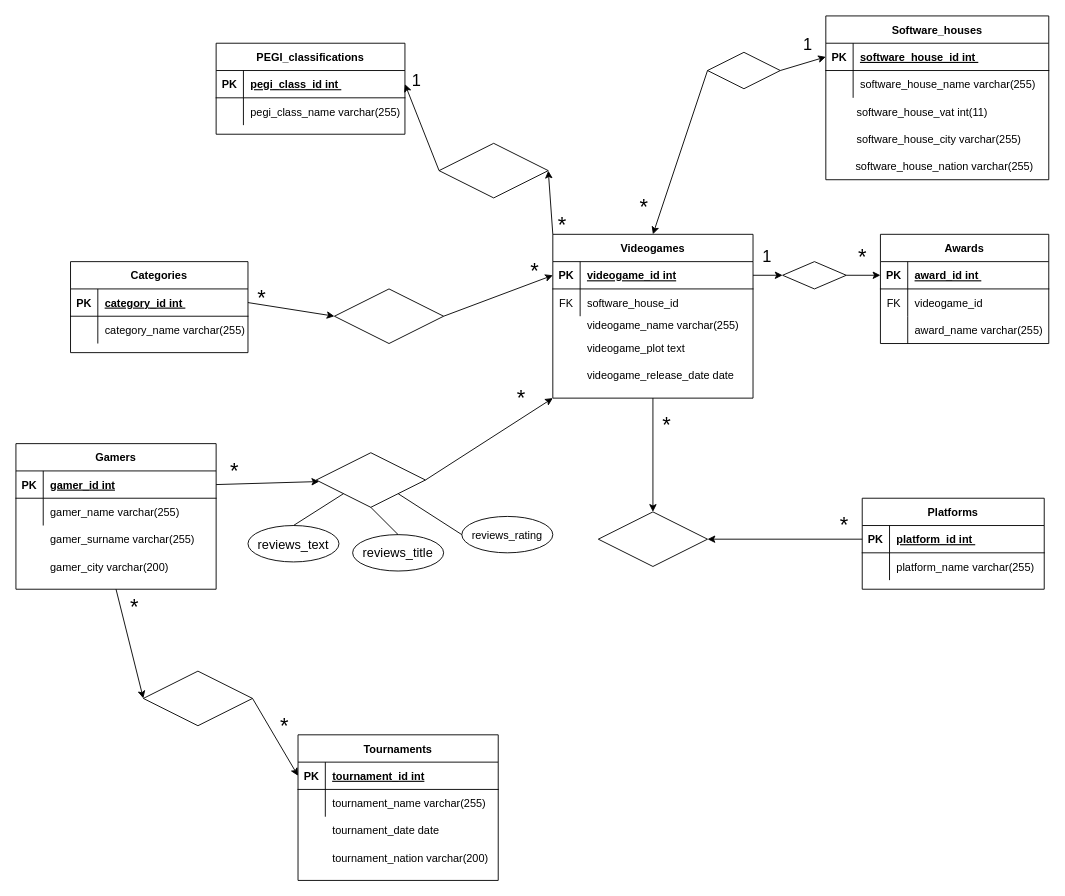
Above: videogames-db.drawio in Cix8/db-videogames (draw.io), before the change. Source tidied: cells renumbered, new cells numbered last; positions are measured from the earlier drawing's top-left corner, leaving out a move shared by most shapes. Both pictures are drawn from the tidied source at 91%, with x=0, y=0 at pixel (15, 15).
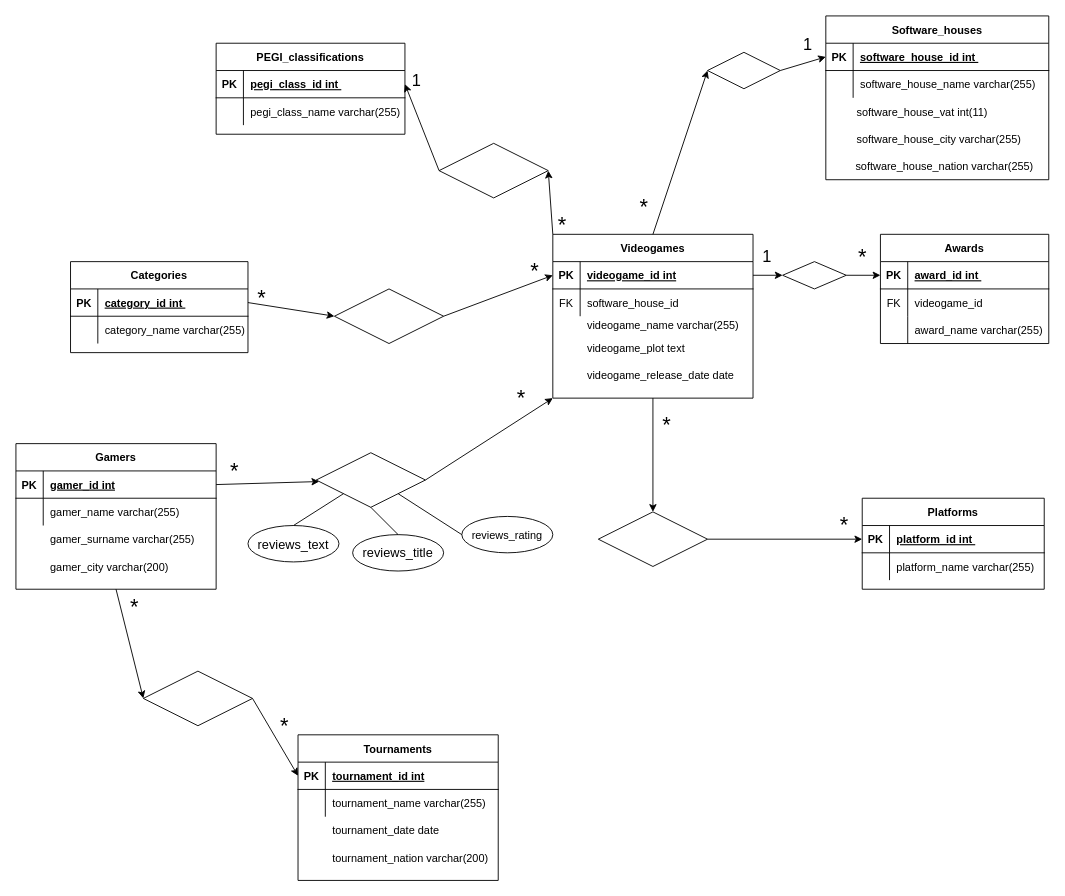
The same page after the edit.

Unchanged cells that the change refers to:
```xml
<mxCell id="2" value="Videogames" style="shape=table;startSize=30;childLayout=tableLayout;rowLines=0;fontStyle=1;align=center;" parent="1" vertex="1">
  <mxGeometry x="590" y="240" width="220" height="180" as="geometry" />
</mxCell>
<mxCell id="32" style="shape=partialRectangle;fillColor=none;points=[[0,0.5],[1,0.5]];portConstraint=eastwest;top=0;left=0;right=0;bottom=1;" parent="31" vertex="1">
  <mxGeometry y="30" width="200" height="30" as="geometry" />
</mxCell>
<mxCell id="78" style="shape=rhombus;perimeter=rhombusPerimeter;whiteSpace=wrap;html=1;align=center;" parent="1" vertex="1">
  <mxGeometry x="760" y="40" width="80" height="40" as="geometry" />
</mxCell>
<mxCell id="86" style="shape=rhombus;perimeter=rhombusPerimeter;whiteSpace=wrap;html=1;align=center;fontSize=12;" parent="1" vertex="1">
  <mxGeometry x="640" y="545" width="120" height="60" as="geometry" />
</mxCell>
```

What changed in the source:
```diff
@@
-    <mxCell id="80" style="endArrow=classic;html=1;rounded=0;entryX=0.5;entryY=0;entryDx=0;entryDy=0;exitX=0;exitY=0.5;exitDx=0;exitDy=0;" parent="1" edge="1" source="78" target="2">
-      <mxGeometry relative="1" as="geometry" />
-    </mxCell>
@@
-    <mxCell id="85" style="endArrow=classic;html=1;rounded=0;fontSize=18;exitX=0;exitY=0.5;exitDx=0;exitDy=0;entryX=1;entryY=0.5;entryDx=0;entryDy=0;" parent="1" edge="1" source="32" target="86">
-      <mxGeometry relative="1" as="geometry" />
-    </mxCell>
@@
+    <mxCell id="130" style="endArrow=classic;html=1;rounded=0;fontSize=18;exitX=0.5;exitY=0;exitDx=0;exitDy=0;entryX=0;entryY=0.5;entryDx=0;entryDy=0;" parent="1" edge="1" source="2" target="78">
+      <mxGeometry relative="1" as="geometry" />
+    </mxCell>
+    <mxCell id="131" style="endArrow=classic;html=1;rounded=0;fontSize=18;exitX=1;exitY=0.5;exitDx=0;exitDy=0;" parent="1" edge="1" source="86" target="32">
+      <mxGeometry relative="1" as="geometry" />
+    </mxCell>
```
